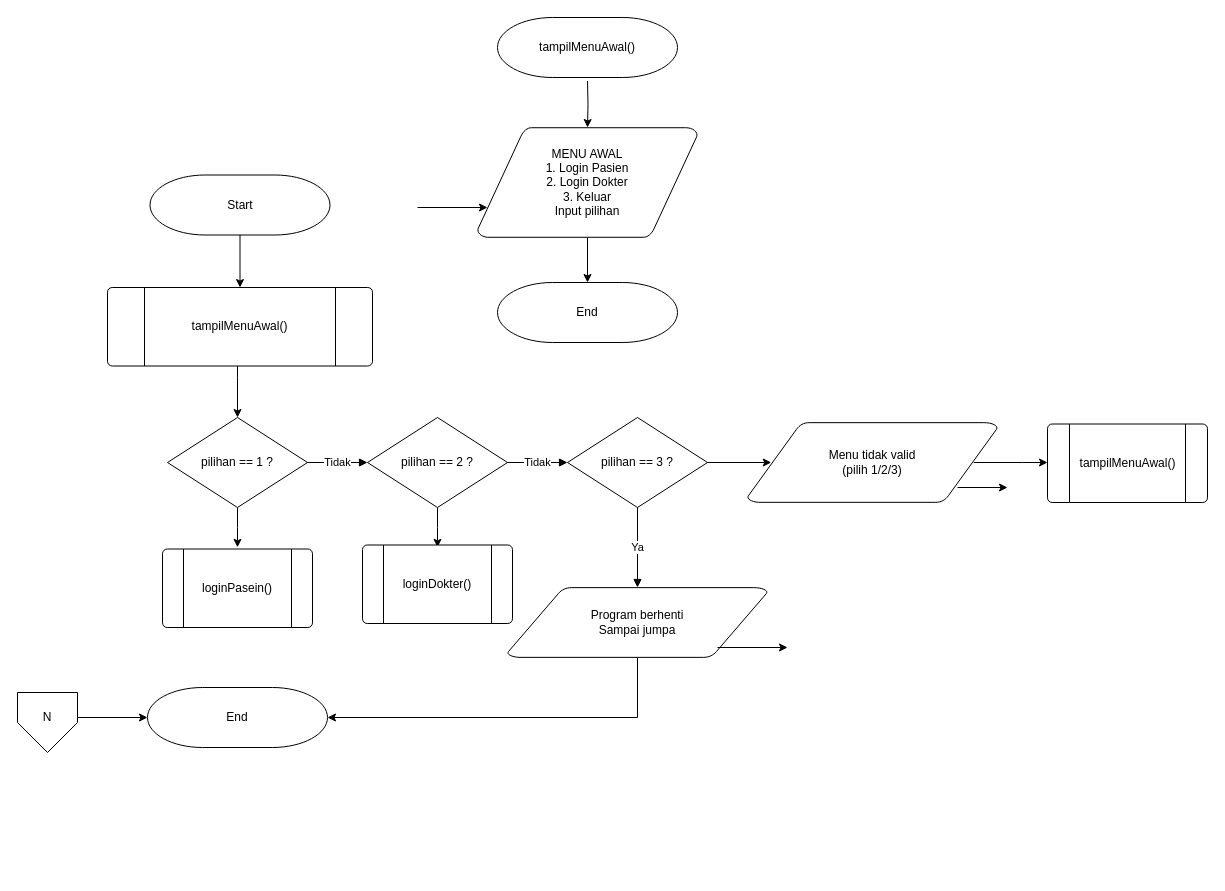
This is page "menu-awal" (1 of 13) of flowchart/semuanyadrawio.drawio from asyaress/pa-aplikasi-sleep-monitoring, a draw.io file, before an edit. Source tidied: cells renumbered, new cells numbered last; positions are measured from the earlier drawing's top-left corner, leaving out a move shared by most shapes. Both pictures are drawn from the tidied source at 100%, with x=0, y=0 at pixel (17, 17).
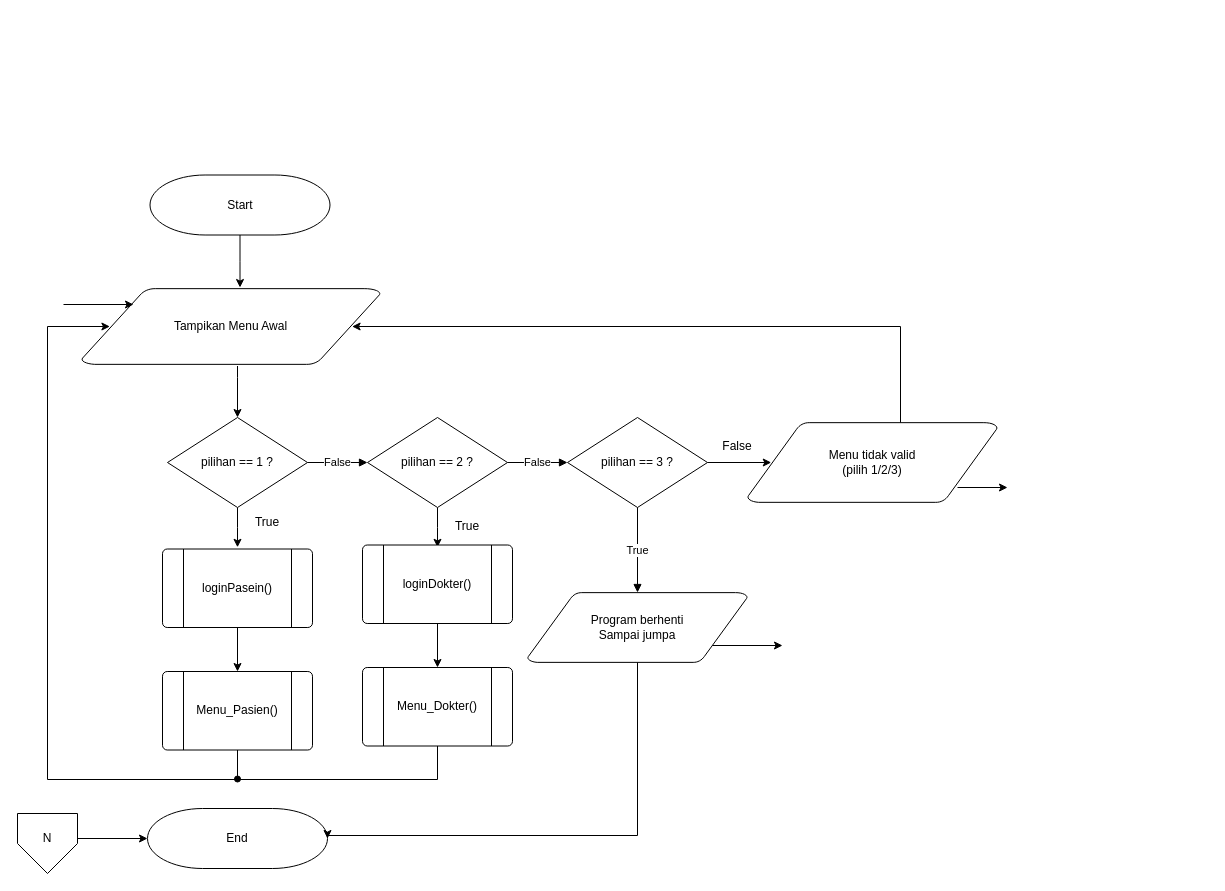
After the change.

Unchanged cells that the change refers to:
```xml
<mxCell id="3" value="Start" style="shape=mxgraph.flowchart.terminator;whiteSpace=wrap;html=1;" parent="1" vertex="1">
  <mxGeometry x="132.5" y="157.5" width="180" height="60" as="geometry" />
</mxCell>
<mxCell id="5" value="pilihan == 1 ?" style="shape=mxgraph.flowchart.decision;whiteSpace=wrap;html=1;" parent="1" vertex="1">
  <mxGeometry x="150" y="400" width="140" height="90" as="geometry" />
</mxCell>
<mxCell id="7" value="pilihan == 2 ?" style="shape=mxgraph.flowchart.decision;whiteSpace=wrap;html=1;" parent="1" vertex="1">
  <mxGeometry x="350" y="400" width="140" height="90" as="geometry" />
</mxCell>
<mxCell id="8" value="pilihan == 3 ?" style="shape=mxgraph.flowchart.decision;whiteSpace=wrap;html=1;" parent="1" vertex="1">
  <mxGeometry x="550" y="400" width="140" height="90" as="geometry" />
</mxCell>
<mxCell id="10" value="Menu tidak valid&lt;br&gt;(pilih 1/2/3)" style="shape=mxgraph.flowchart.data;whiteSpace=wrap;html=1;" parent="1" vertex="1">
  <mxGeometry x="730" y="405" width="250" height="80" as="geometry" />
</mxCell>
<mxCell id="31" style="verticalLabelPosition=bottom;verticalAlign=top;html=1;shape=process;whiteSpace=wrap;rounded=1;size=0.14;arcSize=6;align=center;" parent="30" vertex="1">
  <mxGeometry width="150" height="78.5" as="geometry" />
</mxCell>
<mxCell id="35" style="verticalLabelPosition=bottom;verticalAlign=top;html=1;shape=process;whiteSpace=wrap;rounded=1;size=0.14;arcSize=6;align=center;" parent="34" vertex="1">
  <mxGeometry width="150" height="78.5" as="geometry" />
</mxCell>
```

What changed in the source:
```diff
@@
-    <mxCell id="2" style="edgeStyle=orthogonalEdgeStyle;rounded=0;jettySize=auto;html=1;entryX=0.5;entryY=0;entryDx=0;entryDy=0;" parent="1" edge="1" source="3" target="26">
-      <mxGeometry relative="1" as="geometry" />
+    <mxCell id="2" style="edgeStyle=orthogonalEdgeStyle;rounded=0;jettySize=auto;html=1;entryX=0.5;entryY=0;entryDx=0;entryDy=0;" parent="1" edge="1" source="3">
+      <mxGeometry relative="1" as="geometry">
+        <mxPoint x="222.5" y="270" as="targetPoint" />
+      </mxGeometry>
     </mxCell>
@@
-    <mxCell id="9" style="edgeStyle=orthogonalEdgeStyle;rounded=0;jettySize=auto;html=1;entryX=0;entryY=0.5;entryDx=0;entryDy=0;exitX=0.905;exitY=0.5;exitDx=0;exitDy=0;exitPerimeter=0;" parent="1" edge="1" source="10">
-      <mxGeometry relative="1" as="geometry">
-        <mxPoint x="1030" y="445" as="targetPoint" />
-      </mxGeometry>
-    </mxCell>
@@
     <mxCell id="11" value="End" style="shape=mxgraph.flowchart.terminator;whiteSpace=wrap;html=1;" parent="1" vertex="1">
-      <mxGeometry x="130" y="670" width="180" height="60" as="geometry" />
+      <mxGeometry x="130" y="791" width="180" height="60" as="geometry" />
     </mxCell>
     <mxCell id="12" value="Program berhenti&lt;br&gt;Sampai jumpa" style="shape=mxgraph.flowchart.data;whiteSpace=wrap;html=1;" parent="1" vertex="1">
-      <mxGeometry x="490" y="570" width="260" height="70" as="geometry" />
+      <mxGeometry x="510" y="575" width="220" height="70" as="geometry" />
     </mxCell>
-    <mxCell id="13" value="Tidak" style="edgeStyle=orthogonalEdgeStyle;html=1;endArrow=block;" parent="1" edge="1" source="5" target="7">
+    <mxCell id="13" value="False" style="edgeStyle=orthogonalEdgeStyle;html=1;endArrow=block;" parent="1" edge="1" source="5" target="7">
       <mxGeometry relative="1" as="geometry" />
     </mxCell>
-    <mxCell id="14" value="Tidak" style="edgeStyle=orthogonalEdgeStyle;html=1;endArrow=block;" parent="1" edge="1" source="7" target="8">
+    <mxCell id="14" value="False" style="edgeStyle=orthogonalEdgeStyle;html=1;endArrow=block;" parent="1" edge="1" source="7" target="8">
       <mxGeometry relative="1" as="geometry" />
     </mxCell>
-    <mxCell id="15" value="Ya" style="edgeStyle=orthogonalEdgeStyle;html=1;endArrow=block;" parent="1" edge="1" source="8" target="12">
+    <mxCell id="15" value="True" style="edgeStyle=orthogonalEdgeStyle;html=1;endArrow=block;" parent="1" edge="1" source="8" target="12">
       <mxGeometry relative="1" as="geometry" />
     </mxCell>
@@
     <mxCell id="17" style="edgeStyle=orthogonalEdgeStyle;rounded=0;jettySize=auto;html=1;entryX=1;entryY=0.5;entryDx=0;entryDy=0;entryPerimeter=0;" parent="1" edge="1" source="12" target="11">
       <mxGeometry relative="1" as="geometry">
         <Array as="points">
-          <mxPoint x="620" y="700" />
+          <mxPoint x="620" y="818" />
+          <mxPoint x="310" y="818" />
         </Array>
       </mxGeometry>
     </mxCell>
     <mxCell id="18" style="group;" parent="1" vertex="1">
-      <mxGeometry y="675" width="60" height="60" as="geometry" />
+      <mxGeometry y="796" width="60" height="60" as="geometry" />
     </mxCell>
@@
     <mxCell id="22" style="edgeStyle=orthogonalEdgeStyle;rounded=0;orthogonalLoop=1;jettySize=auto;html=1;entryX=0.136;entryY=0.361;entryDx=0;entryDy=0;entryPerimeter=0;" parent="1" edge="1">
       <mxGeometry relative="1" as="geometry">
-        <mxPoint x="700" y="630" as="sourcePoint" />
-        <mxPoint x="770" y="630" as="targetPoint" />
+        <mxPoint x="695" y="628" as="sourcePoint" />
+        <mxPoint x="765" y="628" as="targetPoint" />
       </mxGeometry>
     </mxCell>
@@
-    <mxCell id="24" style="group;" parent="1" vertex="1">
-      <mxGeometry x="90" y="270" width="265" height="78.5" as="geometry" />
-    </mxCell>
-    <mxCell id="25" style="group;" parent="24" vertex="1">
-      <mxGeometry width="265" height="78.5" as="geometry" />
-    </mxCell>
-    <mxCell id="26" style="verticalLabelPosition=bottom;verticalAlign=top;html=1;shape=process;whiteSpace=wrap;rounded=1;size=0.14;arcSize=6;align=center;" parent="25" vertex="1">
-      <mxGeometry width="265" height="78.5" as="geometry" />
-    </mxCell>
-    <mxCell id="27" value="tampilMenuAwal()" style="text;html=1;align=center;verticalAlign=middle;whiteSpace=wrap;rounded=0;" parent="25" vertex="1">
-      <mxGeometry x="101.9" y="28" width="61.2" height="22.4" as="geometry" />
-    </mxCell>
-    <mxCell id="28" style="edgeStyle=orthogonalEdgeStyle;rounded=0;jettySize=auto;html=1;entryX=0.5;entryY=0;entryDx=0;entryDy=0;entryPerimeter=0;" parent="1" edge="1" source="26" target="5">
+    <mxCell id="28" style="edgeStyle=orthogonalEdgeStyle;rounded=0;jettySize=auto;html=1;entryX=0.5;entryY=0;entryDx=0;entryDy=0;entryPerimeter=0;" parent="1" edge="1" target="5">
       <mxGeometry relative="1" as="geometry">
+        <mxPoint x="220" y="348.5" as="sourcePoint" />
         <Array as="points">
           <mxPoint x="220" y="360" />
           <mxPoint x="220" y="360" />
         </Array>
       </mxGeometry>
     </mxCell>
@@
-    <mxCell id="37" style="group;" parent="1" vertex="1">
-      <mxGeometry x="1030" y="406.5" width="160" height="78.5" as="geometry" />
-    </mxCell>
-    <mxCell id="38" style="group;" parent="37" vertex="1">
-      <mxGeometry width="160" height="78.5" as="geometry" />
-    </mxCell>
-    <mxCell id="39" style="verticalLabelPosition=bottom;verticalAlign=top;html=1;shape=process;whiteSpace=wrap;rounded=1;size=0.14;arcSize=6;align=center;" parent="38" vertex="1">
-      <mxGeometry width="160" height="78.5" as="geometry" />
-    </mxCell>
-    <mxCell id="40" value="tampilMenuAwal()" style="text;html=1;align=center;verticalAlign=middle;whiteSpace=wrap;rounded=0;" parent="38" vertex="1">
-      <mxGeometry x="61.5" y="28" width="36.9" height="22.4" as="geometry" />
-    </mxCell>
-    <mxCell id="41" value="MENU AWAL&lt;br&gt;1. Login Pasien&lt;br&gt;2. Login Dokter&lt;br&gt;3. Keluar&lt;br&gt;Input pilihan" style="shape=mxgraph.flowchart.data;whiteSpace=wrap;html=1;" parent="1" vertex="1">
-      <mxGeometry x="460" y="110" width="220" height="110" as="geometry" />
-    </mxCell>
-    <mxCell id="42" style="edgeStyle=orthogonalEdgeStyle;rounded=0;orthogonalLoop=1;jettySize=auto;html=1;entryX=0.136;entryY=0.361;entryDx=0;entryDy=0;entryPerimeter=0;" parent="1" edge="1">
-      <mxGeometry relative="1" as="geometry">
-        <mxPoint x="400" y="190" as="sourcePoint" />
-        <mxPoint x="470" y="190" as="targetPoint" />
-      </mxGeometry>
-    </mxCell>
-    <mxCell id="43" style="edgeStyle=orthogonalEdgeStyle;rounded=0;jettySize=auto;html=1;entryX=0.5;entryY=0;entryDx=0;entryDy=0;entryPerimeter=0;" parent="1" edge="1" target="41">
-      <mxGeometry relative="1" as="geometry">
-        <mxPoint x="570" y="63.5" as="sourcePoint" />
-      </mxGeometry>
-    </mxCell>
-    <mxCell id="44" value="End" style="shape=mxgraph.flowchart.terminator;whiteSpace=wrap;html=1;" parent="1" vertex="1">
-      <mxGeometry x="480" y="265" width="180" height="60" as="geometry" />
-    </mxCell>
-    <mxCell id="45" style="edgeStyle=orthogonalEdgeStyle;rounded=0;jettySize=auto;html=1;entryX=0.5;entryY=0;entryDx=0;entryDy=0;entryPerimeter=0;" parent="1" edge="1" source="41" target="44">
-      <mxGeometry relative="1" as="geometry" />
-    </mxCell>
-    <mxCell id="46" value="tampilMenuAwal()" style="shape=mxgraph.flowchart.terminator;whiteSpace=wrap;html=1;" parent="1" vertex="1">
-      <mxGeometry x="480" width="180" height="60" as="geometry" />
-    </mxCell>
+    <mxCell id="47" value="False" style="text;html=1;whiteSpace=wrap;align=center;verticalAlign=middle;rounded=0;" parent="1" vertex="1">
+      <mxGeometry x="690" y="414" width="60" height="30" as="geometry" />
+    </mxCell>
+    <mxCell id="48" value="True" style="text;html=1;whiteSpace=wrap;align=center;verticalAlign=middle;rounded=0;" parent="1" vertex="1">
+      <mxGeometry x="420" y="494" width="60" height="30" as="geometry" />
+    </mxCell>
+    <mxCell id="49" value="True" style="text;html=1;whiteSpace=wrap;align=center;verticalAlign=middle;rounded=0;" parent="1" vertex="1">
+      <mxGeometry x="220" y="490" width="60" height="30" as="geometry" />
+    </mxCell>
+    <mxCell id="50" value="Tampikan Menu Awal" style="shape=mxgraph.flowchart.data;whiteSpace=wrap;html=1;" parent="1" vertex="1">
+      <mxGeometry x="64" y="271" width="299" height="76" as="geometry" />
+    </mxCell>
+    <mxCell id="51" style="edgeStyle=orthogonalEdgeStyle;rounded=0;orthogonalLoop=1;jettySize=auto;html=1;entryX=0.136;entryY=0.361;entryDx=0;entryDy=0;entryPerimeter=0;" parent="1" edge="1">
+      <mxGeometry relative="1" as="geometry">
+        <mxPoint x="46" y="287" as="sourcePoint" />
+        <mxPoint x="116" y="287" as="targetPoint" />
+      </mxGeometry>
+    </mxCell>
+    <mxCell id="52" style="group;" parent="1" vertex="1">
+      <mxGeometry x="345" y="650" width="150" height="78.5" as="geometry" />
+    </mxCell>
+    <mxCell id="53" style="group;" parent="52" vertex="1">
+      <mxGeometry width="150" height="78.5" as="geometry" />
+    </mxCell>
+    <mxCell id="54" style="verticalLabelPosition=bottom;verticalAlign=top;html=1;shape=process;whiteSpace=wrap;rounded=1;size=0.14;arcSize=6;align=center;" parent="53" vertex="1">
+      <mxGeometry width="150" height="78.5" as="geometry" />
+    </mxCell>
+    <mxCell id="55" value="Menu_Dokter()" style="text;html=1;align=center;verticalAlign=middle;whiteSpace=wrap;rounded=0;" parent="53" vertex="1">
+      <mxGeometry x="49.8" y="28" width="49.9" height="22.4" as="geometry" />
+    </mxCell>
+    <mxCell id="56" style="group;" parent="1" vertex="1">
+      <mxGeometry x="145" y="654" width="150" height="78.5" as="geometry" />
+    </mxCell>
+    <mxCell id="57" style="group;" parent="56" vertex="1">
+      <mxGeometry width="150" height="78.5" as="geometry" />
+    </mxCell>
+    <mxCell id="58" style="edgeStyle=orthogonalEdgeStyle;rounded=0;jettySize=auto;html=1;endArrow=oval;endFill=1;" parent="57" edge="1" source="59">
+      <mxGeometry relative="1" as="geometry">
+        <mxPoint x="75" y="107.5" as="targetPoint" />
+      </mxGeometry>
+    </mxCell>
+    <mxCell id="59" style="verticalLabelPosition=bottom;verticalAlign=top;html=1;shape=process;whiteSpace=wrap;rounded=1;size=0.14;arcSize=6;align=center;" parent="57" vertex="1">
+      <mxGeometry width="150" height="78.5" as="geometry" />
+    </mxCell>
+    <mxCell id="60" value="Menu_Pasien()" style="text;html=1;align=center;verticalAlign=middle;whiteSpace=wrap;rounded=0;" parent="57" vertex="1">
+      <mxGeometry x="49.8" y="28" width="49.9" height="22.4" as="geometry" />
+    </mxCell>
+    <mxCell id="61" style="edgeStyle=orthogonalEdgeStyle;rounded=0;jettySize=auto;html=1;entryX=0.905;entryY=0.5;entryDx=0;entryDy=0;entryPerimeter=0;" parent="1" edge="1" source="10" target="50">
+      <mxGeometry relative="1" as="geometry">
+        <Array as="points">
+          <mxPoint x="883" y="309" />
+        </Array>
+      </mxGeometry>
+    </mxCell>
+    <mxCell id="62" style="edgeStyle=orthogonalEdgeStyle;rounded=0;jettySize=auto;html=1;entryX=0.5;entryY=0;entryDx=0;entryDy=0;" parent="1" edge="1" source="31" target="59">
+      <mxGeometry relative="1" as="geometry" />
+    </mxCell>
+    <mxCell id="63" style="edgeStyle=orthogonalEdgeStyle;rounded=0;jettySize=auto;html=1;entryX=0.5;entryY=0;entryDx=0;entryDy=0;" parent="1" edge="1" source="35" target="54">
+      <mxGeometry relative="1" as="geometry" />
+    </mxCell>
+    <mxCell id="64" style="edgeStyle=orthogonalEdgeStyle;rounded=0;jettySize=auto;html=1;entryX=0.095;entryY=0.5;entryDx=0;entryDy=0;entryPerimeter=0;" parent="1" edge="1" source="54" target="50">
+      <mxGeometry relative="1" as="geometry">
+        <Array as="points">
+          <mxPoint x="420" y="762" />
+          <mxPoint x="30" y="762" />
+          <mxPoint x="30" y="309" />
+        </Array>
+      </mxGeometry>
+    </mxCell>
```
